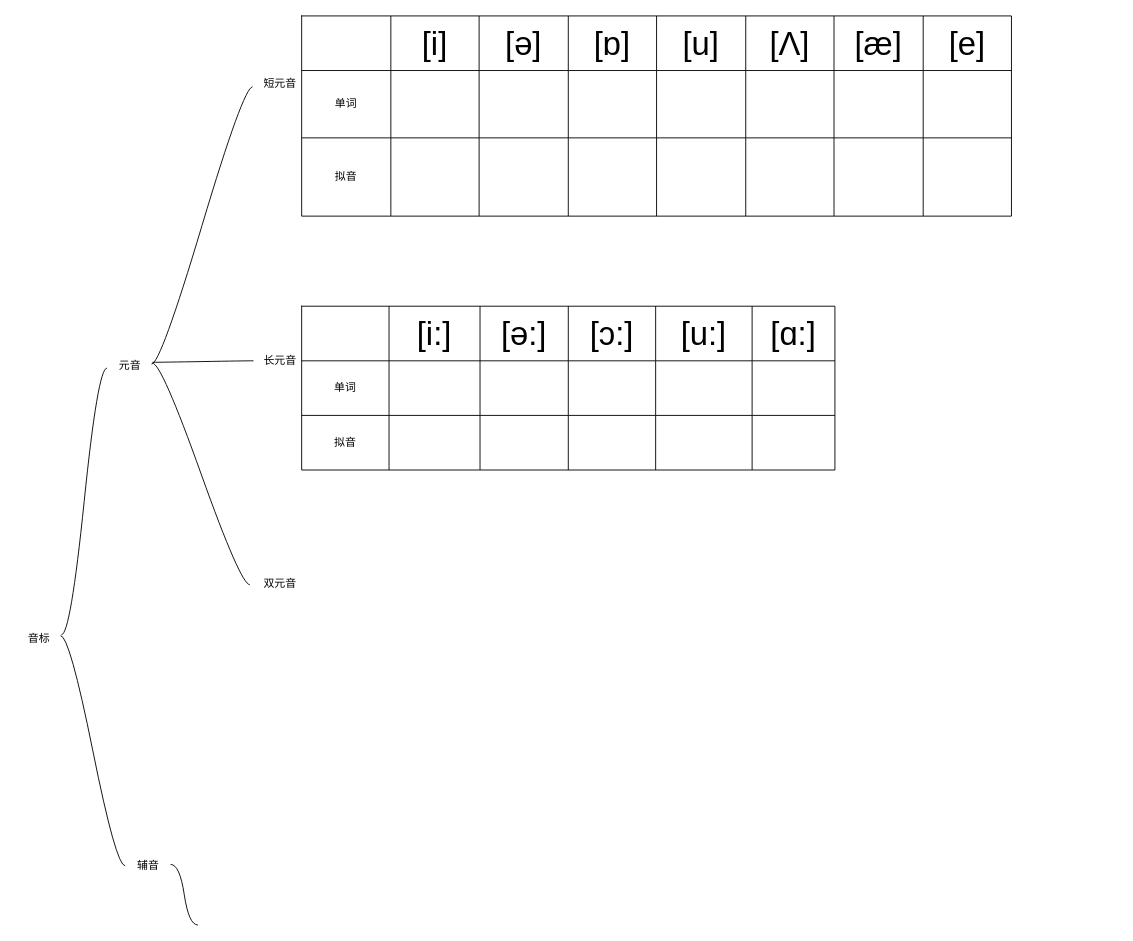
Before: page "第 2 页" (2 of 2) of 未命名表单.drawio in gituserc123/HelloWorld, a draw.io diagram. Source tidied: cells renumbered, new cells numbered last; positions are measured from the earlier drawing's top-left corner, leaving out a move shared by most shapes. Both pictures are drawn from the tidied source at 91%, with x=0, y=0 at pixel (15, 15).
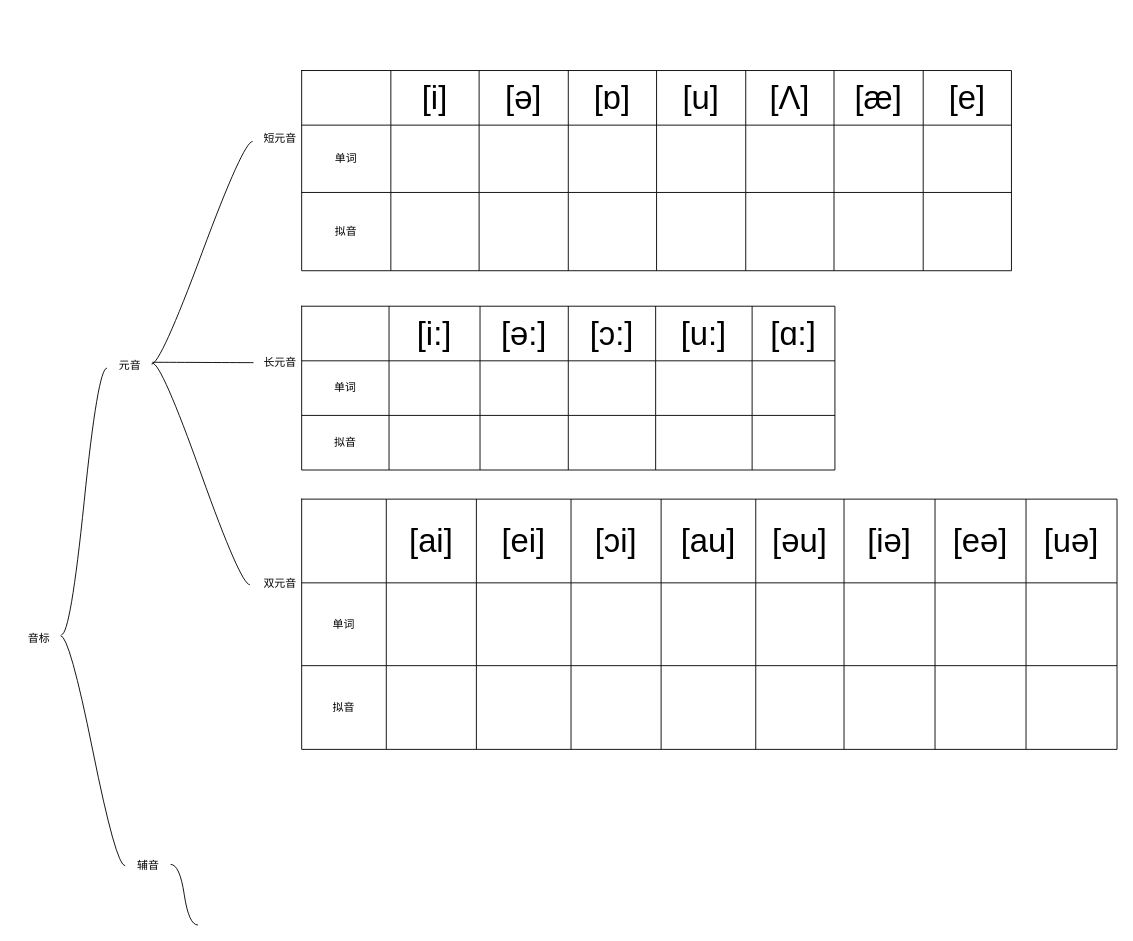
Above is the later version.

Commit message (it also covers changes not shown here):
更新未命名表单.drawio

The edit, as a diff of the source:
```diff
@@
     <mxCell id="11" value="短元音" style="text;html=1;align=center;verticalAlign=middle;points=[];strokeColor=none;fillColor=none;" parent="1" vertex="1">
-      <mxGeometry x="260" y="60" width="60" height="30" as="geometry" />
+      <mxGeometry x="260" y="120" width="60" height="30" as="geometry" />
     </mxCell>
     <mxCell id="12" value="长元音" style="text;html=1;align=center;verticalAlign=middle;points=[];strokeColor=none;fillColor=none;" parent="1" vertex="1">
-      <mxGeometry x="260" y="364" width="60" height="30" as="geometry" />
+      <mxGeometry x="260" y="366" width="60" height="30" as="geometry" />
     </mxCell>
@@
     <mxCell id="14" style="shape=table;startSize=0;childLayout=tableLayout;" parent="1" vertex="1">
-      <mxGeometry x="314" width="780" height="220" as="geometry" />
+      <mxGeometry x="314" y="60" width="780" height="220" as="geometry" />
     </mxCell>
@@
+    <mxCell id="64" style="shape=table;startSize=0;childLayout=tableLayout;" parent="1" vertex="1">
+      <mxGeometry x="314" y="531" width="896" height="275" as="geometry" />
+    </mxCell>
+    <mxCell id="65" style="shape=tableRow;horizontal=0;startSize=0;swimlaneHead=0;swimlaneBody=0;strokeColor=inherit;top=0;left=0;bottom=0;right=0;fillColor=none;" parent="64" vertex="1">
+      <mxGeometry width="896" height="92" as="geometry" />
+    </mxCell>
+    <mxCell id="66" style="shape=partialRectangle;html=1;whiteSpace=wrap;strokeColor=inherit;overflow=hidden;fillColor=none;top=0;left=0;bottom=0;right=0;" parent="65" vertex="1">
+      <mxGeometry width="93" height="92" as="geometry" />
+    </mxCell>
+    <mxCell id="67" value="&lt;font style=&quot;font-size: 36px;&quot;&gt;[ai]&lt;/font&gt;" style="shape=partialRectangle;html=1;whiteSpace=wrap;strokeColor=inherit;overflow=hidden;fillColor=none;top=0;left=0;bottom=0;right=0;" parent="65" vertex="1">
+      <mxGeometry x="93" width="99" height="92" as="geometry" />
+    </mxCell>
+    <mxCell id="68" value="&lt;font style=&quot;font-size: 36px;&quot;&gt;[ei]&lt;/font&gt;" style="shape=partialRectangle;html=1;whiteSpace=wrap;strokeColor=inherit;overflow=hidden;fillColor=none;top=0;left=0;bottom=0;right=0;" parent="65" vertex="1">
+      <mxGeometry x="192" width="104" height="92" as="geometry" />
+    </mxCell>
+    <mxCell id="69" value="&lt;font style=&quot;font-size: 36px;&quot;&gt;[ɔi]&lt;/font&gt;" style="shape=partialRectangle;html=1;whiteSpace=wrap;strokeColor=inherit;overflow=hidden;fillColor=none;top=0;left=0;bottom=0;right=0;" parent="65" vertex="1">
+      <mxGeometry x="296" width="99" height="92" as="geometry" />
+    </mxCell>
+    <mxCell id="70" value="&lt;font style=&quot;font-size: 36px;&quot;&gt;[au]&lt;/font&gt;" style="shape=partialRectangle;html=1;whiteSpace=wrap;strokeColor=inherit;overflow=hidden;fillColor=none;top=0;left=0;bottom=0;right=0;" parent="65" vertex="1">
+      <mxGeometry x="395" width="104" height="92" as="geometry" />
+    </mxCell>
+    <mxCell id="71" value="&lt;font style=&quot;font-size: 36px;&quot;&gt;[əu]&lt;/font&gt;" style="shape=partialRectangle;html=1;whiteSpace=wrap;strokeColor=inherit;overflow=hidden;fillColor=none;top=0;left=0;bottom=0;right=0;" parent="65" vertex="1">
+      <mxGeometry x="499" width="97" height="92" as="geometry" />
+    </mxCell>
+    <mxCell id="72" value="&lt;font style=&quot;font-size: 36px;&quot;&gt;[iə]&lt;/font&gt;" style="shape=partialRectangle;html=1;whiteSpace=wrap;strokeColor=inherit;overflow=hidden;fillColor=none;top=0;left=0;bottom=0;right=0;" parent="65" vertex="1">
+      <mxGeometry x="596" width="100" height="92" as="geometry" />
+    </mxCell>
+    <mxCell id="73" value="&lt;font style=&quot;font-size: 36px;&quot;&gt;[eə]&lt;/font&gt;" style="shape=partialRectangle;html=1;whiteSpace=wrap;strokeColor=inherit;overflow=hidden;fillColor=none;top=0;left=0;bottom=0;right=0;" parent="65" vertex="1">
+      <mxGeometry x="696" width="100" height="92" as="geometry" />
+    </mxCell>
+    <mxCell id="74" value="&lt;font style=&quot;font-size: 36px;&quot;&gt;[uə]&lt;/font&gt;" style="shape=partialRectangle;html=1;whiteSpace=wrap;strokeColor=inherit;overflow=hidden;fillColor=none;top=0;left=0;bottom=0;right=0;" parent="65" vertex="1">
+      <mxGeometry x="796" width="100" height="92" as="geometry" />
+    </mxCell>
+    <mxCell id="75" style="shape=tableRow;horizontal=0;startSize=0;swimlaneHead=0;swimlaneBody=0;strokeColor=inherit;top=0;left=0;bottom=0;right=0;fillColor=none;" parent="64" vertex="1">
+      <mxGeometry y="92" width="896" height="91" as="geometry" />
+    </mxCell>
+    <mxCell id="76" value="单词" style="shape=partialRectangle;html=1;whiteSpace=wrap;strokeColor=inherit;overflow=hidden;fillColor=none;top=0;left=0;bottom=0;right=0;" parent="75" vertex="1">
+      <mxGeometry width="93" height="91" as="geometry" />
+    </mxCell>
+    <mxCell id="77" style="shape=partialRectangle;html=1;whiteSpace=wrap;strokeColor=inherit;overflow=hidden;fillColor=none;top=0;left=0;bottom=0;right=0;" parent="75" vertex="1">
+      <mxGeometry x="93" width="99" height="91" as="geometry" />
+    </mxCell>
+    <mxCell id="78" style="shape=partialRectangle;html=1;whiteSpace=wrap;strokeColor=inherit;overflow=hidden;fillColor=none;top=0;left=0;bottom=0;right=0;" parent="75" vertex="1">
+      <mxGeometry x="192" width="104" height="91" as="geometry" />
+    </mxCell>
+    <mxCell id="79" style="shape=partialRectangle;html=1;whiteSpace=wrap;strokeColor=inherit;overflow=hidden;fillColor=none;top=0;left=0;bottom=0;right=0;" parent="75" vertex="1">
+      <mxGeometry x="296" width="99" height="91" as="geometry" />
+    </mxCell>
+    <mxCell id="80" style="shape=partialRectangle;html=1;whiteSpace=wrap;strokeColor=inherit;overflow=hidden;fillColor=none;top=0;left=0;bottom=0;right=0;" parent="75" vertex="1">
+      <mxGeometry x="395" width="104" height="91" as="geometry" />
+    </mxCell>
+    <mxCell id="81" style="shape=partialRectangle;html=1;whiteSpace=wrap;strokeColor=inherit;overflow=hidden;fillColor=none;top=0;left=0;bottom=0;right=0;" parent="75" vertex="1">
+      <mxGeometry x="499" width="97" height="91" as="geometry" />
+    </mxCell>
+    <mxCell id="82" style="shape=partialRectangle;html=1;whiteSpace=wrap;strokeColor=inherit;overflow=hidden;fillColor=none;top=0;left=0;bottom=0;right=0;" parent="75" vertex="1">
+      <mxGeometry x="596" width="100" height="91" as="geometry" />
+    </mxCell>
+    <mxCell id="83" style="shape=partialRectangle;html=1;whiteSpace=wrap;strokeColor=inherit;overflow=hidden;fillColor=none;top=0;left=0;bottom=0;right=0;" parent="75" vertex="1">
+      <mxGeometry x="696" width="100" height="91" as="geometry" />
+    </mxCell>
+    <mxCell id="84" style="shape=partialRectangle;html=1;whiteSpace=wrap;strokeColor=inherit;overflow=hidden;fillColor=none;top=0;left=0;bottom=0;right=0;" parent="75" vertex="1">
+      <mxGeometry x="796" width="100" height="91" as="geometry" />
+    </mxCell>
+    <mxCell id="85" style="shape=tableRow;horizontal=0;startSize=0;swimlaneHead=0;swimlaneBody=0;strokeColor=inherit;top=0;left=0;bottom=0;right=0;fillColor=none;" parent="64" vertex="1">
+      <mxGeometry y="183" width="896" height="92" as="geometry" />
+    </mxCell>
+    <mxCell id="86" value="拟音" style="shape=partialRectangle;html=1;whiteSpace=wrap;strokeColor=inherit;overflow=hidden;fillColor=none;top=0;left=0;bottom=0;right=0;" parent="85" vertex="1">
+      <mxGeometry width="93" height="92" as="geometry" />
+    </mxCell>
+    <mxCell id="87" style="shape=partialRectangle;html=1;whiteSpace=wrap;strokeColor=inherit;overflow=hidden;fillColor=none;top=0;left=0;bottom=0;right=0;" parent="85" vertex="1">
+      <mxGeometry x="93" width="99" height="92" as="geometry" />
+    </mxCell>
+    <mxCell id="88" style="shape=partialRectangle;html=1;whiteSpace=wrap;strokeColor=inherit;overflow=hidden;fillColor=none;top=0;left=0;bottom=0;right=0;" parent="85" vertex="1">
+      <mxGeometry x="192" width="104" height="92" as="geometry" />
+    </mxCell>
+    <mxCell id="89" style="shape=partialRectangle;html=1;whiteSpace=wrap;strokeColor=inherit;overflow=hidden;fillColor=none;top=0;left=0;bottom=0;right=0;" parent="85" vertex="1">
+      <mxGeometry x="296" width="99" height="92" as="geometry" />
+    </mxCell>
+    <mxCell id="90" style="shape=partialRectangle;html=1;whiteSpace=wrap;strokeColor=inherit;overflow=hidden;fillColor=none;top=0;left=0;bottom=0;right=0;" parent="85" vertex="1">
+      <mxGeometry x="395" width="104" height="92" as="geometry" />
+    </mxCell>
+    <mxCell id="91" style="shape=partialRectangle;html=1;whiteSpace=wrap;strokeColor=inherit;overflow=hidden;fillColor=none;top=0;left=0;bottom=0;right=0;" parent="85" vertex="1">
+      <mxGeometry x="499" width="97" height="92" as="geometry" />
+    </mxCell>
+    <mxCell id="92" style="shape=partialRectangle;html=1;whiteSpace=wrap;strokeColor=inherit;overflow=hidden;fillColor=none;top=0;left=0;bottom=0;right=0;" parent="85" vertex="1">
+      <mxGeometry x="596" width="100" height="92" as="geometry" />
+    </mxCell>
+    <mxCell id="93" style="shape=partialRectangle;html=1;whiteSpace=wrap;strokeColor=inherit;overflow=hidden;fillColor=none;top=0;left=0;bottom=0;right=0;" parent="85" vertex="1">
+      <mxGeometry x="696" width="100" height="92" as="geometry" />
+    </mxCell>
+    <mxCell id="94" style="shape=partialRectangle;html=1;whiteSpace=wrap;strokeColor=inherit;overflow=hidden;fillColor=none;top=0;left=0;bottom=0;right=0;" parent="85" vertex="1">
+      <mxGeometry x="796" width="100" height="92" as="geometry" />
+    </mxCell>
```
